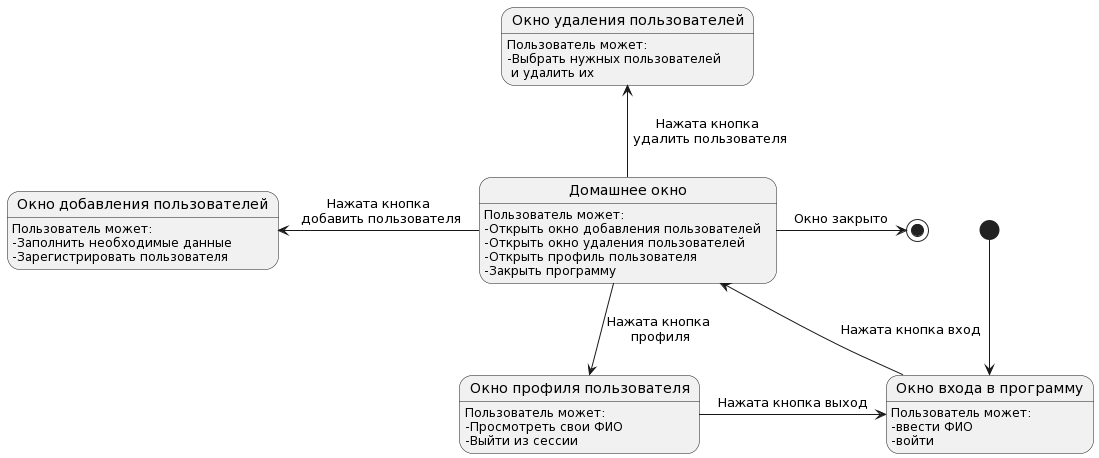
Above: Resource/Диаграммы потоков экрана/Админ.png in MiFit1/OSOGO (PlantUML), before the change.
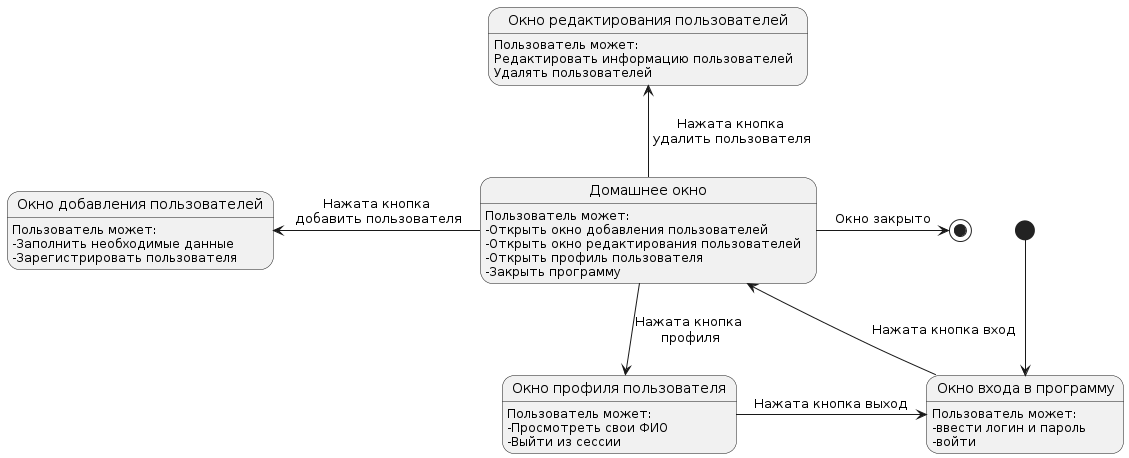
Later version of the same file.

The edit, as a diff of the source:
```diff
@@ -2,16 +2,16 @@
 state "Окно входа в программу" as loginWindow
 state "Домашнее окно" as homeWindow
 state "Окно добавления пользователей" as addWindow
-state "Окно удаления пользователей" as delWindow
+state "Окно редактирования пользователей" as delWindow
 state "Окно профиля пользователя" as profileWindow
 
 loginWindow : Пользователь может:
-loginWindow : -ввести ФИО
+loginWindow : -ввести логин и пароль
 loginWindow : -войти
 
 homeWindow : Пользователь может:
 homeWindow : -Открыть окно добавления пользователей
-homeWindow : -Открыть окно удаления пользователей
+homeWindow : -Открыть окно редактирования пользователей
 homeWindow : -Открыть профиль пользователя
 homeWindow : -Закрыть программу
 
@@ -20,7 +20,8 @@
 addWindow : -Зарегистрировать пользователя
 
 delWindow : Пользователь может:
-delWindow : -Выбрать нужных пользователей\n и удалить их
+delWindow : Редактировать информацию пользователей
+delWindow : Удалять пользователей
 
 profileWindow : Пользователь может:
 profileWindow : -Просмотреть свои ФИО
```
